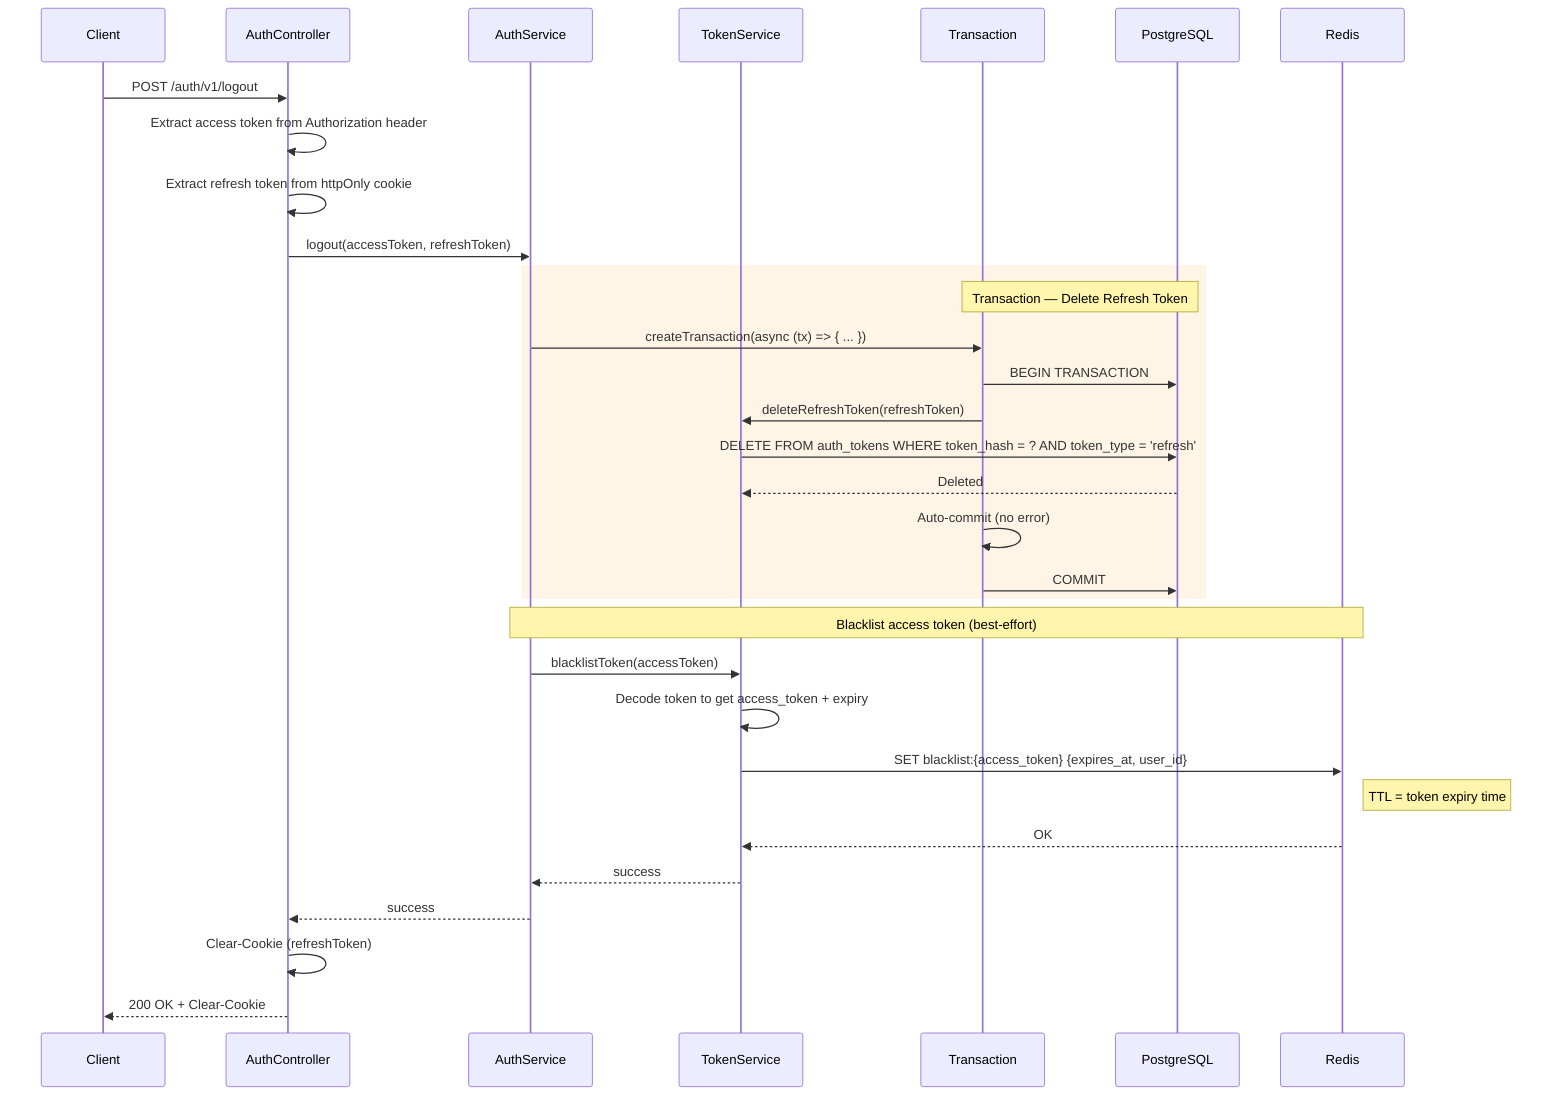
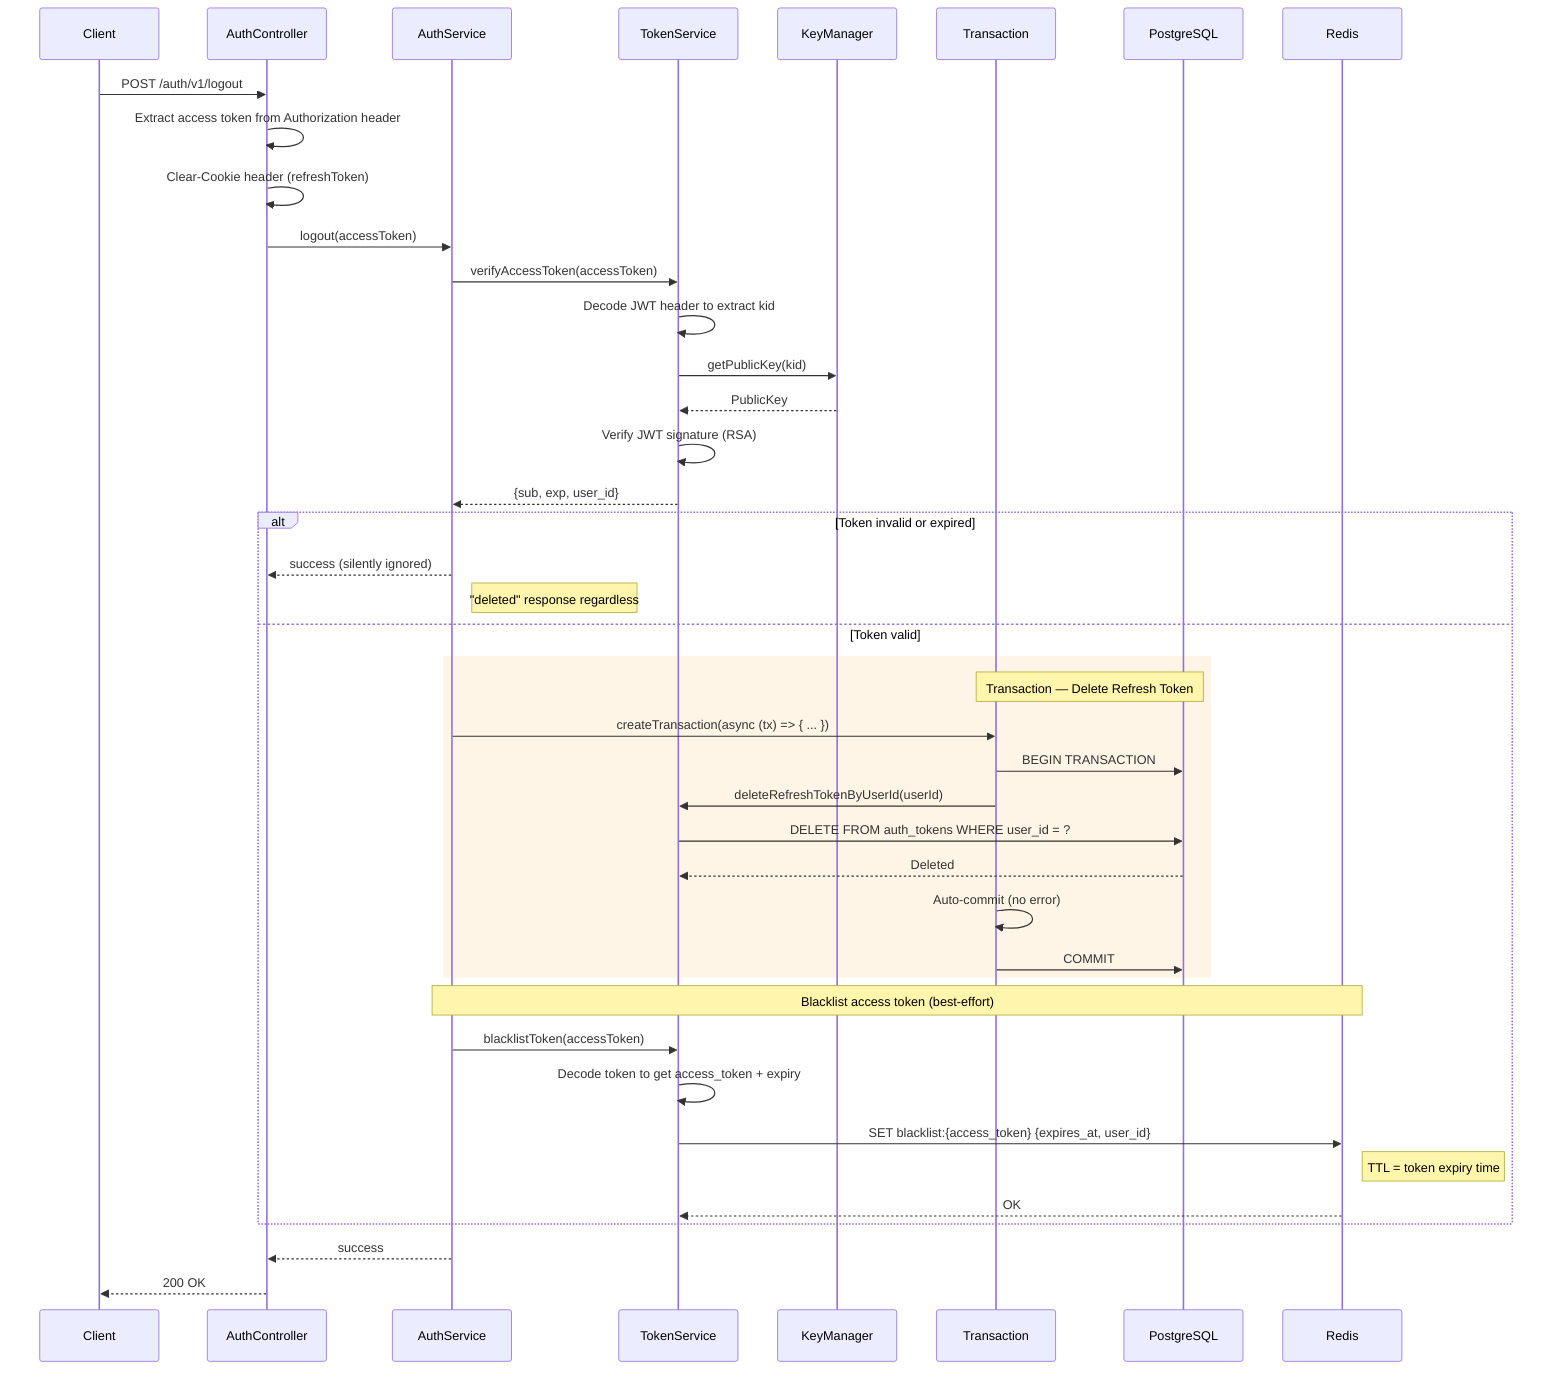
%% User Logout Sequence
%% Maps to: FR-4, FR-25
+ %% Logout takes access token only: verify → get userId → delete refresh token

sequenceDiagram
    participant Client
    participant AuthController
    participant AuthService
    participant TokenService
+     participant KeyManager
    participant Transaction
    participant PostgreSQL
    participant Redis

    Client->>AuthController: POST /auth/v1/logout
    AuthController->>AuthController: Extract access token from Authorization header
-     AuthController->>AuthController: Extract refresh token from httpOnly cookie
+     AuthController->>AuthController: Clear-Cookie header (refreshToken)

-     AuthController->>AuthService: logout(accessToken, refreshToken)
+     AuthController->>AuthService: logout(accessToken)

-     rect rgb(255, 245, 230)
-         Note over Transaction,PostgreSQL: Transaction — Delete Refresh Token
-         AuthService->>Transaction: createTransaction(async (tx) => { ... })
-         Transaction->>PostgreSQL: BEGIN TRANSACTION
-         Transaction->>TokenService: deleteRefreshToken(refreshToken)
-         TokenService->>PostgreSQL: DELETE FROM auth_tokens WHERE token_hash = ? AND token_type = 'refresh'
-         PostgreSQL-->>TokenService: Deleted
-         Transaction->>Transaction: Auto-commit (no error)
-         Transaction->>PostgreSQL: COMMIT
+     AuthService->>TokenService: verifyAccessToken(accessToken)
+     TokenService->>TokenService: Decode JWT header to extract kid
+     TokenService->>KeyManager: getPublicKey(kid)
+     KeyManager-->>TokenService: PublicKey
+     TokenService->>TokenService: Verify JWT signature (RSA)
+     TokenService-->>AuthService: {sub, exp, user_id}
+ 
+     alt Token invalid or expired
+         AuthService-->>AuthController: success (silently ignored)
+         Note right of AuthService: "deleted" response regardless
+     else Token valid
+         rect rgb(255, 245, 230)
+             Note over Transaction,PostgreSQL: Transaction — Delete Refresh Token
+             AuthService->>Transaction: createTransaction(async (tx) => { ... })
+             Transaction->>PostgreSQL: BEGIN TRANSACTION
+             Transaction->>TokenService: deleteRefreshTokenByUserId(userId)
+             TokenService->>PostgreSQL: DELETE FROM auth_tokens WHERE user_id = ?
+             PostgreSQL-->>TokenService: Deleted
+             Transaction->>Transaction: Auto-commit (no error)
+             Transaction->>PostgreSQL: COMMIT
+         end
+ 
+         Note over AuthService,Redis: Blacklist access token (best-effort)
+         AuthService->>TokenService: blacklistToken(accessToken)
+         TokenService->>TokenService: Decode token to get access_token + expiry
+         TokenService->>Redis: SET blacklist:{access_token} {expires_at, user_id}
+         Note right of Redis: TTL = token expiry time
+         Redis-->>TokenService: OK
    end

-     Note over AuthService,Redis: Blacklist access token (best-effort)
-     AuthService->>TokenService: blacklistToken(accessToken)
-     TokenService->>TokenService: Decode token to get access_token + expiry
-     TokenService->>Redis: SET blacklist:{access_token} {expires_at, user_id}
-     Note right of Redis: TTL = token expiry time
-     Redis-->>TokenService: OK
- 
-     TokenService-->>AuthService: success
    AuthService-->>AuthController: success
- 
-     AuthController->>AuthController: Clear-Cookie (refreshToken)
-     AuthController-->>Client: 200 OK + Clear-Cookie
+     AuthController-->>Client: 200 OK
